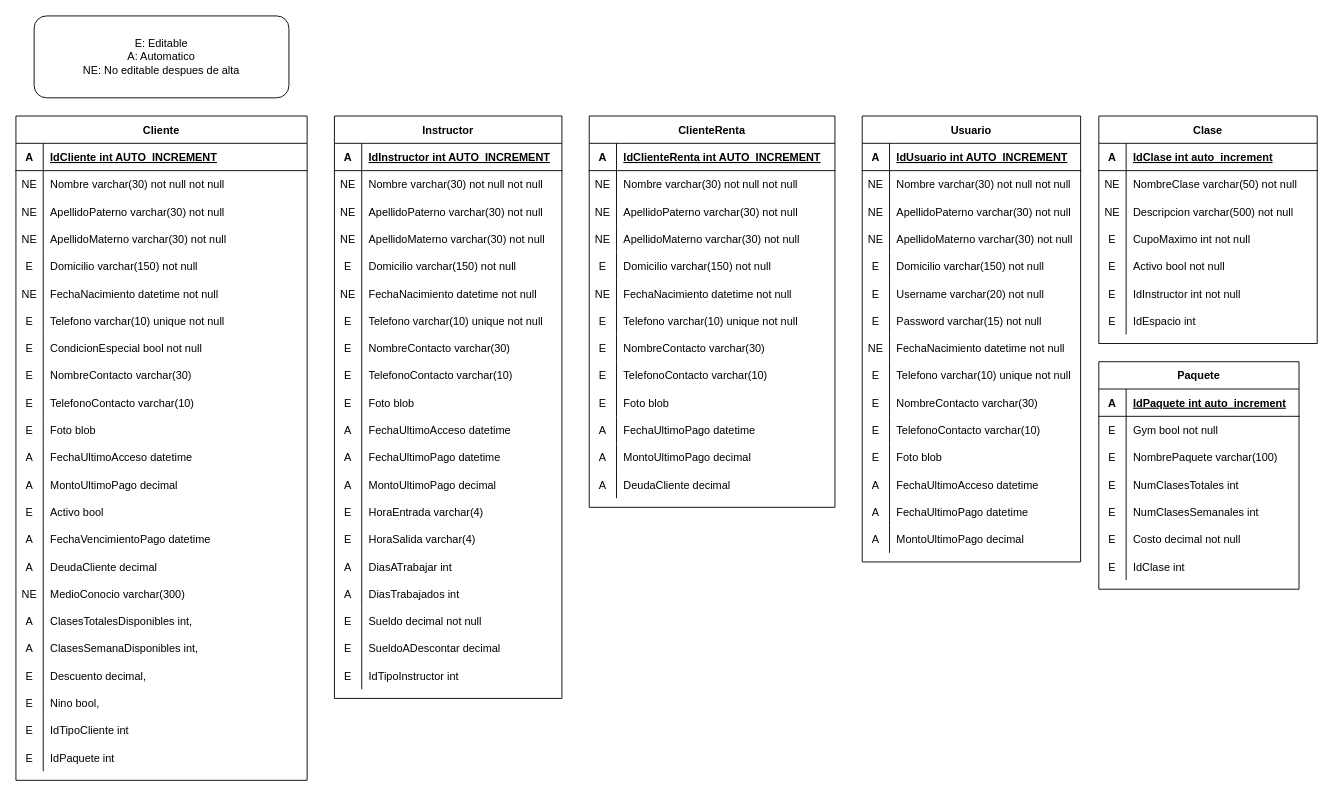
This is page "In-Out" (3 of 3) of GymCastillo/Docs/Diagrams/Database.drawio from Fwxzxh/GymCastillo, a draw.io file, before an edit. Source tidied: cells renumbered, new cells numbered last; positions are measured from the earlier drawing's top-left corner, leaving out a move shared by most shapes. Both pictures are drawn from the tidied source at 91%, with x=0, y=0 at pixel (15, 15).
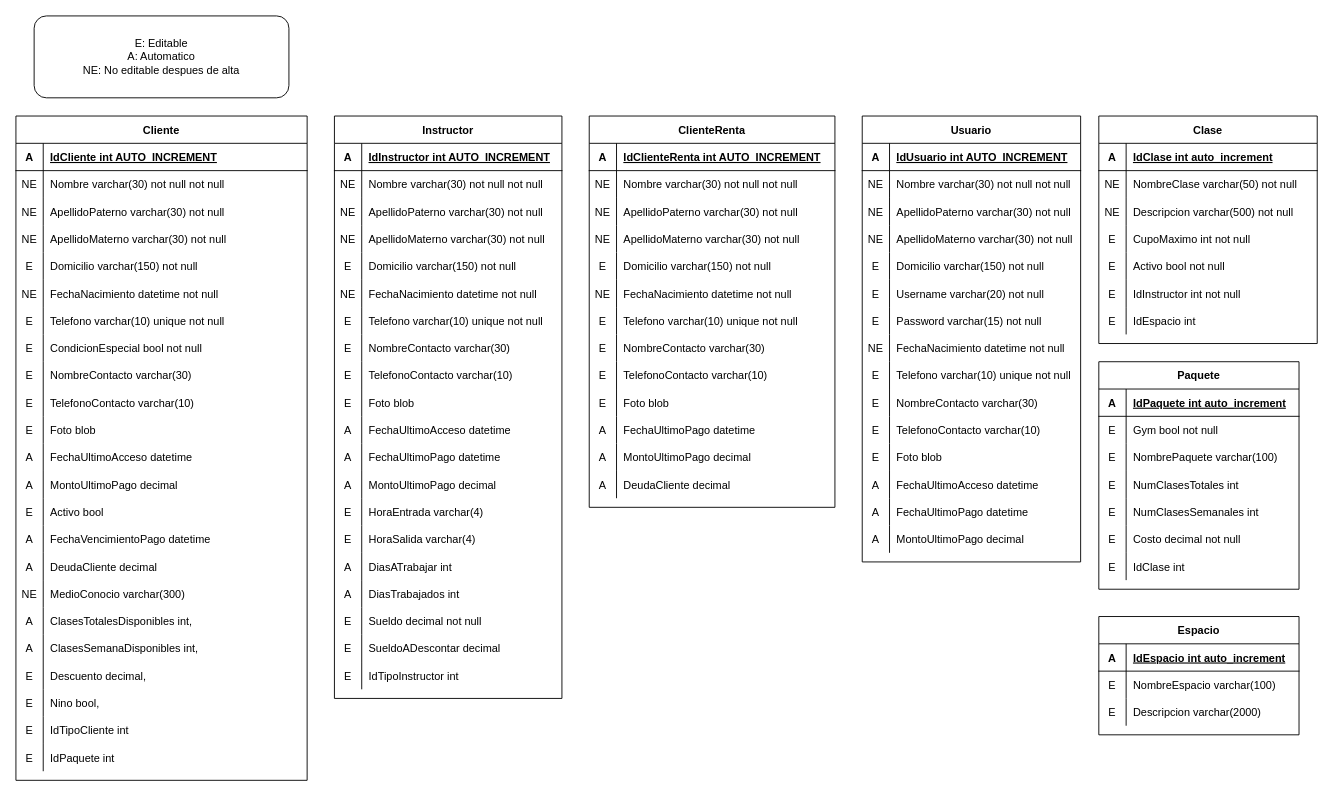
After the change.

Commit message (it also covers changes not shown here):
Updated diagram, fixed typos, minor fixes

Change to the diagram source:
```diff
@@
+    <mxCell id="264" value="Espacio" style="shape=table;startSize=30;childLayout=tableLayout;rowLines=0;fontStyle=1;align=center;" parent="1" vertex="1">
+      <mxGeometry x="1190" y="660" width="220" height="130" as="geometry" />
+    </mxCell>
+    <mxCell id="265" style="shape=partialRectangle;fillColor=none;top=0;left=0;right=0;bottom=1;" parent="264" vertex="1">
+      <mxGeometry y="30" width="220" height="30" as="geometry" />
+    </mxCell>
+    <mxCell id="266" value="A" style="shape=partialRectangle;overflow=hidden;fillColor=none;top=0;left=0;bottom=0;right=0;fontStyle=1;" parent="265" vertex="1">
+      <mxGeometry width="30" height="30" as="geometry" />
+    </mxCell>
+    <mxCell id="267" value="IdEspacio int auto_increment " style="shape=partialRectangle;overflow=hidden;fillColor=none;top=0;left=0;bottom=0;right=0;align=left;spacingLeft=6;fontStyle=5;" parent="265" vertex="1">
+      <mxGeometry x="30" width="190" height="30" as="geometry" />
+    </mxCell>
+    <mxCell id="268" style="shape=partialRectangle;fillColor=none;top=0;left=0;right=0;bottom=0;" parent="264" vertex="1">
+      <mxGeometry y="60" width="220" height="30" as="geometry" />
+    </mxCell>
+    <mxCell id="269" value="E" style="shape=partialRectangle;overflow=hidden;fillColor=none;top=0;left=0;bottom=0;right=0;" parent="268" vertex="1">
+      <mxGeometry width="30" height="30" as="geometry" />
+    </mxCell>
+    <mxCell id="270" value="NombreEspacio varchar(100)" style="shape=partialRectangle;overflow=hidden;fillColor=none;top=0;left=0;bottom=0;right=0;align=left;spacingLeft=6;" parent="268" vertex="1">
+      <mxGeometry x="30" width="190" height="30" as="geometry" />
+    </mxCell>
+    <mxCell id="271" style="shape=partialRectangle;fillColor=none;top=0;left=0;right=0;bottom=0;" parent="264" vertex="1">
+      <mxGeometry y="90" width="220" height="30" as="geometry" />
+    </mxCell>
+    <mxCell id="272" value="E" style="shape=partialRectangle;overflow=hidden;fillColor=none;top=0;left=0;bottom=0;right=0;" parent="271" vertex="1">
+      <mxGeometry width="30" height="30" as="geometry" />
+    </mxCell>
+    <mxCell id="273" value="Descripcion varchar(2000)" style="shape=partialRectangle;overflow=hidden;fillColor=none;top=0;left=0;bottom=0;right=0;align=left;spacingLeft=6;" parent="271" vertex="1">
+      <mxGeometry x="30" width="190" height="30" as="geometry" />
+    </mxCell>
```
